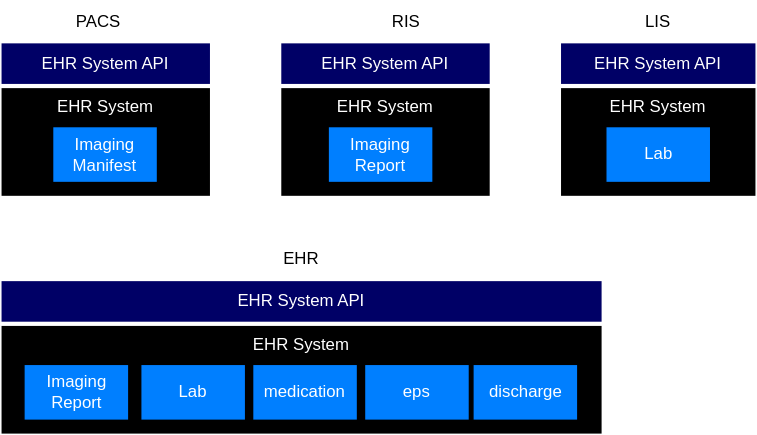
Earlier version of the draw.io export images/priority-area-support.svg (euridice-org/jwg-api). Source tidied: cells renumbered, new cells last; positions are measured from the earlier drawing's top-left corner, leaving out a move shared by most shapes. Source of this version:
```xml
<mxGraphModel>
  <root>
    <mxCell id="0" />
    <mxCell id="1" parent="0" />
    <mxCell id="2" value="&lt;font color=&quot;#ffffff&quot;&gt;EHR System API&lt;/font&gt;" style="whiteSpace=wrap;html=1;strokeColor=#FFFFFF;fillColor=#000066;" parent="1" vertex="1">
      <mxGeometry y="30" width="150" height="30" as="geometry" />
    </mxCell>
    <mxCell id="3" value="&lt;font color=&quot;#ffffff&quot;&gt;EHR System&lt;/font&gt;" style="whiteSpace=wrap;html=1;strokeColor=#FFFFFF;fillColor=#000000;verticalAlign=top;" parent="1" vertex="1">
      <mxGeometry y="62" width="150" height="78" as="geometry" />
    </mxCell>
    <mxCell id="4" value="PACS" style="text;html=1;align=center;verticalAlign=middle;whiteSpace=wrap;rounded=0;" parent="1" vertex="1">
      <mxGeometry width="140" height="30" as="geometry" />
    </mxCell>
    <mxCell id="5" value="&lt;font style=&quot;color: rgb(255, 255, 255);&quot;&gt;Imaging&lt;/font&gt;&lt;div&gt;&lt;font style=&quot;color: rgb(255, 255, 255);&quot;&gt;Manifest&lt;/font&gt;&lt;/div&gt;" style="whiteSpace=wrap;html=1;fillColor=#007FFF;fontColor=light-dark(#fafafa, #ededed);" parent="1" vertex="1">
      <mxGeometry x="37" y="90" width="75" height="40" as="geometry" />
    </mxCell>
    <mxCell id="6" value="&lt;font color=&quot;#ffffff&quot;&gt;EHR System API&lt;/font&gt;" style="whiteSpace=wrap;html=1;strokeColor=#FFFFFF;fillColor=#000066;" parent="1" vertex="1">
      <mxGeometry x="200" y="30" width="150" height="30" as="geometry" />
    </mxCell>
    <mxCell id="7" value="&lt;font color=&quot;#ffffff&quot;&gt;EHR System&lt;/font&gt;" style="whiteSpace=wrap;html=1;strokeColor=#FFFFFF;fillColor=#000000;verticalAlign=top;" parent="1" vertex="1">
      <mxGeometry x="200" y="62" width="150" height="78" as="geometry" />
    </mxCell>
    <mxCell id="8" value="RIS" style="text;html=1;align=center;verticalAlign=middle;whiteSpace=wrap;rounded=0;" parent="1" vertex="1">
      <mxGeometry x="260" width="60" height="30" as="geometry" />
    </mxCell>
    <mxCell id="9" value="&lt;font style=&quot;color: rgb(255, 255, 255);&quot;&gt;Imaging&lt;/font&gt;&lt;div&gt;&lt;font style=&quot;color: rgb(255, 255, 255);&quot;&gt;Report&lt;/font&gt;&lt;/div&gt;" style="whiteSpace=wrap;html=1;fillColor=#007FFF;fontColor=light-dark(#fafafa, #ededed);" parent="1" vertex="1">
      <mxGeometry x="234" y="90" width="75" height="40" as="geometry" />
    </mxCell>
    <mxCell id="10" value="&lt;font color=&quot;#ffffff&quot;&gt;EHR System API&lt;/font&gt;" style="whiteSpace=wrap;html=1;strokeColor=#FFFFFF;fillColor=#000066;" parent="1" vertex="1">
      <mxGeometry x="400" y="30" width="140" height="30" as="geometry" />
    </mxCell>
    <mxCell id="11" value="&lt;font color=&quot;#ffffff&quot;&gt;EHR System&lt;/font&gt;" style="whiteSpace=wrap;html=1;strokeColor=#FFFFFF;fillColor=#000000;verticalAlign=top;" parent="1" vertex="1">
      <mxGeometry x="400" y="62" width="140" height="78" as="geometry" />
    </mxCell>
    <mxCell id="12" value="LIS" style="text;html=1;align=center;verticalAlign=middle;whiteSpace=wrap;rounded=0;" parent="1" vertex="1">
      <mxGeometry x="400" width="140" height="30" as="geometry" />
    </mxCell>
    <mxCell id="13" value="&lt;font style=&quot;color: rgb(255, 255, 255);&quot;&gt;Lab&lt;/font&gt;" style="whiteSpace=wrap;html=1;fillColor=#007FFF;fontColor=light-dark(#fafafa, #ededed);" parent="1" vertex="1">
      <mxGeometry x="432.5" y="90" width="75" height="40" as="geometry" />
    </mxCell>
    <mxCell id="14" value="&lt;font color=&quot;#ffffff&quot;&gt;EHR System API&lt;/font&gt;" style="whiteSpace=wrap;html=1;strokeColor=#FFFFFF;fillColor=#000066;" parent="1" vertex="1">
      <mxGeometry y="200" width="430" height="30" as="geometry" />
    </mxCell>
    <mxCell id="15" value="&lt;font color=&quot;#ffffff&quot;&gt;EHR System&lt;/font&gt;" style="whiteSpace=wrap;html=1;strokeColor=#FFFFFF;fillColor=#000000;verticalAlign=top;" parent="1" vertex="1">
      <mxGeometry y="232" width="430" height="78" as="geometry" />
    </mxCell>
    <mxCell id="16" value="EHR" style="text;html=1;align=center;verticalAlign=middle;whiteSpace=wrap;rounded=0;" parent="1" vertex="1">
      <mxGeometry y="170" width="430" height="30" as="geometry" />
    </mxCell>
    <mxCell id="17" value="&lt;font style=&quot;color: rgb(255, 255, 255);&quot;&gt;Imaging&lt;/font&gt;&lt;div&gt;&lt;font style=&quot;color: rgb(255, 255, 255);&quot;&gt;Report&lt;/font&gt;&lt;/div&gt;" style="whiteSpace=wrap;html=1;fillColor=#007FFF;fontColor=light-dark(#fafafa, #ededed);" parent="1" vertex="1">
      <mxGeometry x="16.5" y="260" width="75" height="40" as="geometry" />
    </mxCell>
    <mxCell id="18" value="&lt;font style=&quot;color: rgb(255, 255, 255);&quot;&gt;Lab&lt;/font&gt;" style="whiteSpace=wrap;html=1;fillColor=#007FFF;fontColor=light-dark(#fafafa, #ededed);" parent="1" vertex="1">
      <mxGeometry x="100" y="260" width="75" height="40" as="geometry" />
    </mxCell>
    <mxCell id="19" value="&lt;font style=&quot;color: rgb(255, 255, 255);&quot;&gt;medication&lt;/font&gt;" style="whiteSpace=wrap;html=1;fillColor=#007FFF;fontColor=light-dark(#fafafa, #ededed);" parent="1" vertex="1">
      <mxGeometry x="180" y="260" width="75" height="40" as="geometry" />
    </mxCell>
    <mxCell id="20" value="&lt;font style=&quot;color: rgb(255, 255, 255);&quot;&gt;eps&lt;/font&gt;" style="whiteSpace=wrap;html=1;fillColor=#007FFF;fontColor=light-dark(#fafafa, #ededed);" parent="1" vertex="1">
      <mxGeometry x="260" y="260" width="75" height="40" as="geometry" />
    </mxCell>
    <mxCell id="21" value="&lt;font style=&quot;color: rgb(255, 255, 255);&quot;&gt;discharge&lt;/font&gt;" style="whiteSpace=wrap;html=1;fillColor=#007FFF;fontColor=light-dark(#fafafa, #ededed);" parent="1" vertex="1">
      <mxGeometry x="337.5" y="260" width="75" height="40" as="geometry" />
    </mxCell>
  </root>
</mxGraphModel>
```
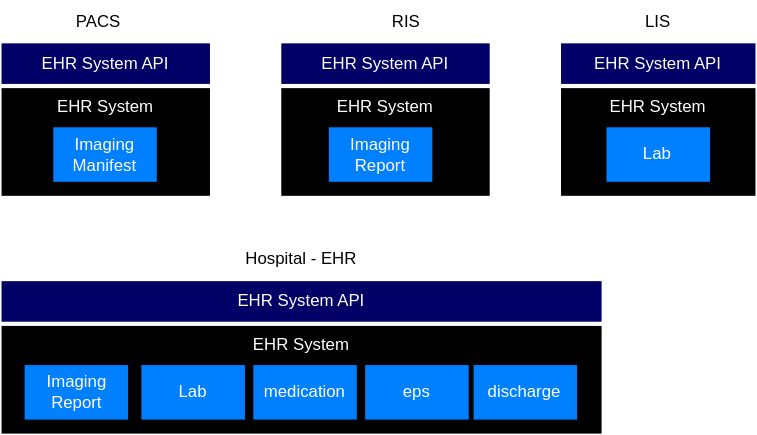
After the change.

What changed in the source:
```diff
@@ -44,7 +44,7 @@
     <mxCell id="15" value="&lt;font color=&quot;#ffffff&quot;&gt;EHR System&lt;/font&gt;" style="whiteSpace=wrap;html=1;strokeColor=#FFFFFF;fillColor=#000000;verticalAlign=top;" parent="1" vertex="1">
       <mxGeometry y="232" width="430" height="78" as="geometry" />
     </mxCell>
-    <mxCell id="16" value="EHR" style="text;html=1;align=center;verticalAlign=middle;whiteSpace=wrap;rounded=0;" parent="1" vertex="1">
+    <mxCell id="16" value="Hospital - EHR" style="text;html=1;align=center;verticalAlign=middle;whiteSpace=wrap;rounded=0;" parent="1" vertex="1">
       <mxGeometry y="170" width="430" height="30" as="geometry" />
     </mxCell>
     <mxCell id="17" value="&lt;font style=&quot;color: rgb(255, 255, 255);&quot;&gt;Imaging&lt;/font&gt;&lt;div&gt;&lt;font style=&quot;color: rgb(255, 255, 255);&quot;&gt;Report&lt;/font&gt;&lt;/div&gt;" style="whiteSpace=wrap;html=1;fillColor=#007FFF;fontColor=light-dark(#fafafa, #ededed);" parent="1" vertex="1">
```
